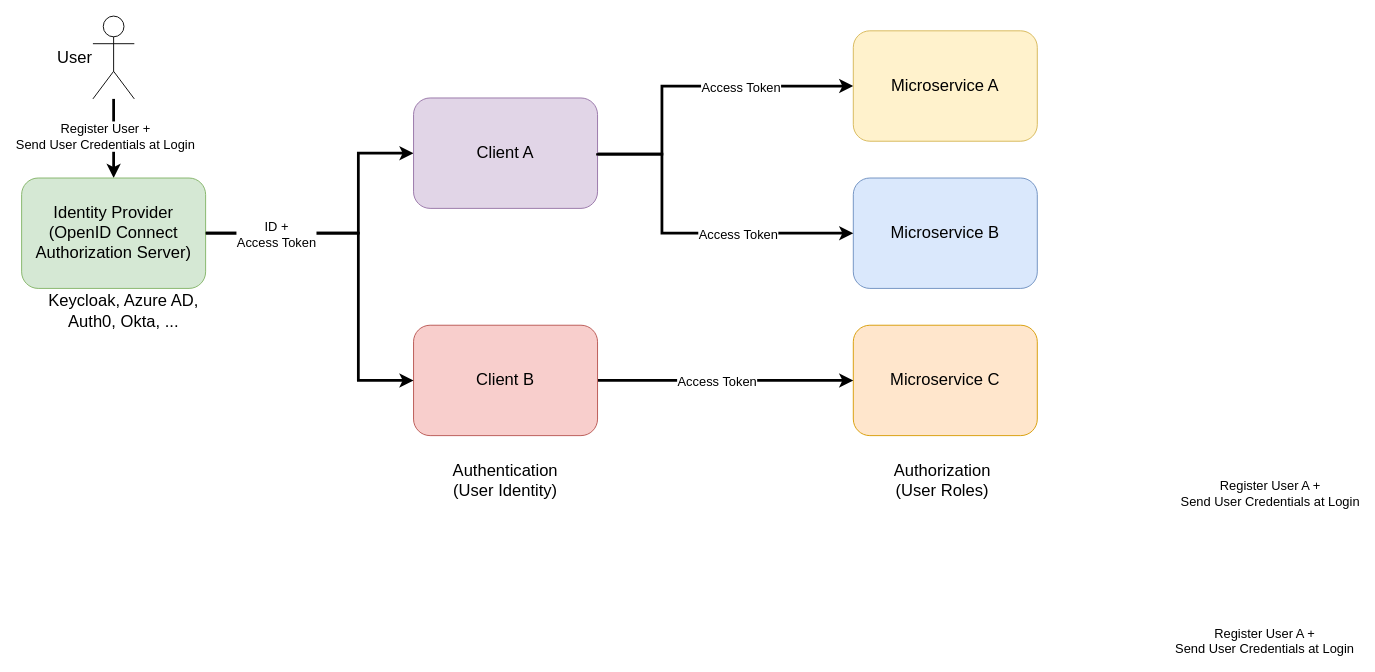
This is introduction/images/solution_with_oidc.drawio from andifalk/cloud-security-workshop, a draw.io file, before an edit. Source tidied: cells renumbered, new cells numbered last; positions are measured from the earlier drawing's top-left corner, leaving out a move shared by most shapes. Both pictures are drawn from the tidied source at 92%, with x=0, y=0 at pixel (17, 16).
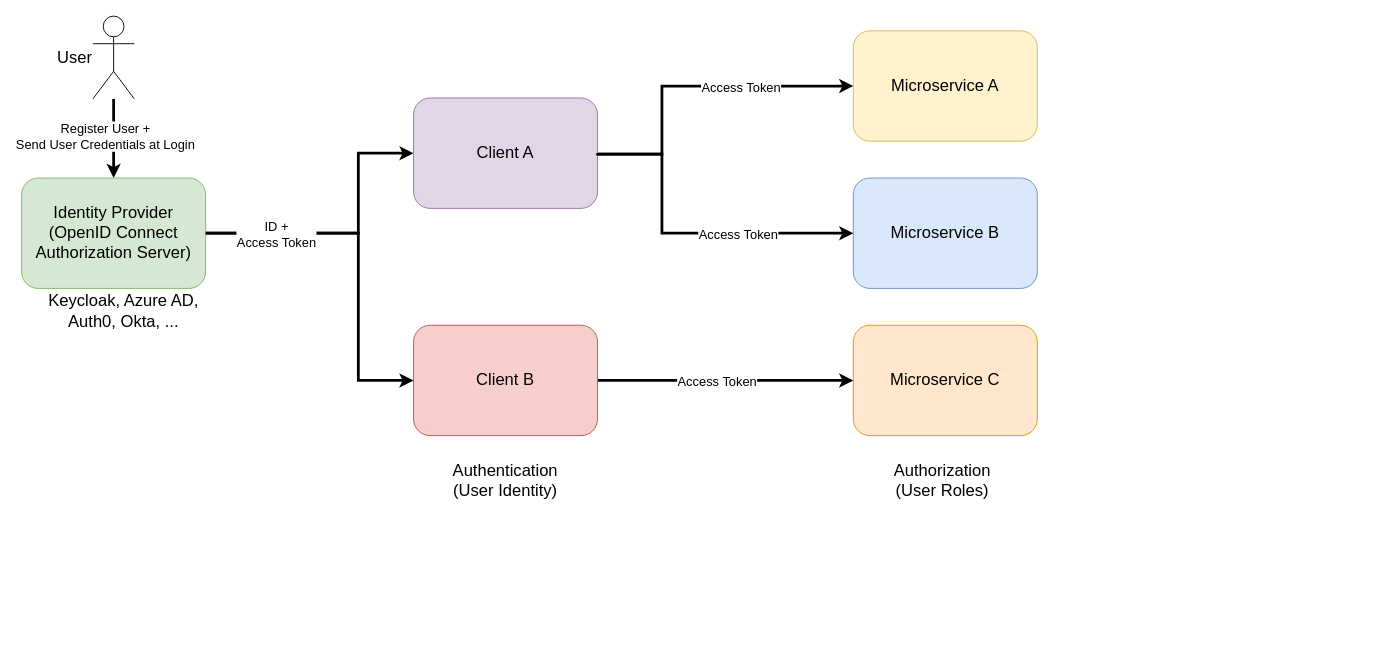
Above is the later version.

Unchanged cells that the change refers to:
```xml
<mxCell id="2" style="edgeStyle=orthogonalEdgeStyle;rounded=0;jettySize=auto;html=1;entryX=0;entryY=0.5;entryDx=0;entryDy=0;strokeWidth=3;exitX=1;exitY=0.5;exitDx=0;exitDy=0;" parent="1" edge="1" source="14" target="5">
  <mxGeometry relative="1" as="geometry">
    <Array as="points">
      <mxPoint x="630" y="150" />
      <mxPoint x="700" y="150" />
      <mxPoint x="700" y="76" />
    </Array>
  </mxGeometry>
</mxCell>
<mxCell id="18" style="edgeStyle=orthogonalEdgeStyle;rounded=0;jettySize=auto;html=1;entryX=0;entryY=0.5;entryDx=0;entryDy=0;strokeWidth=3;exitX=1;exitY=0.5;exitDx=0;exitDy=0;" parent="1" edge="1" source="14" target="6">
  <mxGeometry relative="1" as="geometry">
    <Array as="points">
      <mxPoint x="630" y="150" />
      <mxPoint x="700" y="150" />
      <mxPoint x="700" y="236" />
    </Array>
  </mxGeometry>
</mxCell>
```

The edit, as a diff of the source:
```diff
@@
-    <mxCell id="3" value="&lt;font style=&quot;font-size: 14px;&quot;&gt;Register User A + &lt;br&gt;Send User Credentials at Login&lt;/font&gt;" style="edgeLabel;html=1;align=center;verticalAlign=middle;" parent="2" vertex="1">
-      <mxGeometry x="-0.07" y="1" relative="1" as="geometry">
-        <mxPoint x="641" y="443" as="offset" />
-      </mxGeometry>
-    </mxCell>
@@
-    <mxCell id="19" value="&lt;font style=&quot;font-size: 14px;&quot;&gt;Register User A + &lt;br&gt;Send User Credentials at Login&lt;/font&gt;" style="edgeLabel;html=1;align=center;verticalAlign=middle;" parent="18" vertex="1">
-      <mxGeometry x="-0.07" y="1" relative="1" as="geometry">
-        <mxPoint x="641" y="443" as="offset" />
-      </mxGeometry>
-    </mxCell>
```
